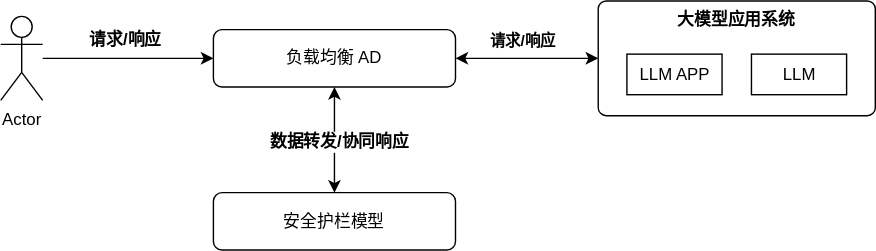
This is Model fence load balancing model reverse proxy docking.svg from skillre/diagrams_P, a draw.io export, as it was before one commit. Source tidied: cells renumbered, new cells last; positions are measured from the earlier drawing's top-left corner, leaving out a move shared by most shapes.
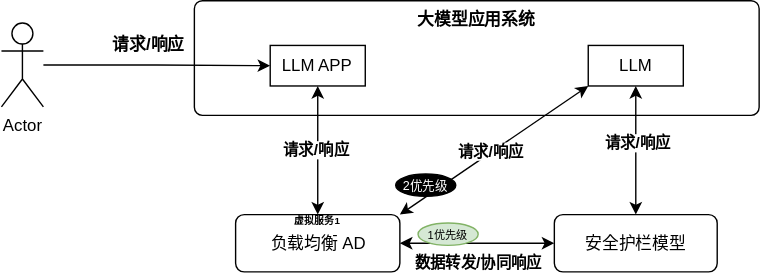
The same file after the commit.

Commit message:
对接架构逻辑修改

What changed in the source:
```diff
@@ -2,47 +2,68 @@
   <root>
     <mxCell id="0" />
     <mxCell id="1" parent="0" />
-    <mxCell id="2" style="edgeStyle=orthogonalEdgeStyle;rounded=0;jettySize=auto;html=1;entryX=0;entryY=0.5;entryDx=0;entryDy=0;" parent="1" edge="1" source="4" target="9">
-      <mxGeometry relative="1" as="geometry" />
-    </mxCell>
-    <mxCell id="3" value="&lt;b&gt;&lt;font style=&quot;font-size: 12px;&quot;&gt;请求/响应&lt;/font&gt;&lt;/b&gt;" style="edgeLabel;html=1;align=center;verticalAlign=middle;" parent="2" vertex="1">
-      <mxGeometry x="-0.2" relative="1" as="geometry">
-        <mxPoint x="9" y="-14" as="offset" />
-      </mxGeometry>
-    </mxCell>
     <mxCell id="4" value="Actor" style="shape=umlActor;verticalLabelPosition=bottom;verticalAlign=top;html=1;outlineConnect=0;" parent="1" vertex="1">
-      <mxGeometry y="11" width="30" height="60" as="geometry" />
+      <mxGeometry x="33" y="11" width="30" height="60" as="geometry" />
     </mxCell>
-    <mxCell id="5" style="edgeStyle=orthogonalEdgeStyle;rounded=0;jettySize=auto;html=1;entryX=0.5;entryY=0;entryDx=0;entryDy=0;startArrow=classic;startFill=1;" parent="1" edge="1" source="9" target="10">
+    <mxCell id="5" style="rounded=0;jettySize=auto;html=1;entryX=0;entryY=0.5;entryDx=0;entryDy=0;startArrow=classic;startFill=1;exitX=1;exitY=0.5;exitDx=0;exitDy=0;" parent="1" edge="1" source="9" target="10">
       <mxGeometry relative="1" as="geometry" />
     </mxCell>
-    <mxCell id="6" value="&lt;b&gt;&lt;font style=&quot;font-size: 12px;&quot;&gt;数据转发/协同响应&lt;/font&gt;&lt;/b&gt;" style="edgeLabel;html=1;align=center;verticalAlign=middle;" parent="5" vertex="1">
+    <mxCell id="6" value="&lt;b&gt;&lt;font&gt;数据转发/协同响应&lt;/font&gt;&lt;/b&gt;" style="edgeLabel;html=1;align=center;verticalAlign=middle;" parent="5" vertex="1">
       <mxGeometry x="-0.19" y="1" relative="1" as="geometry">
-        <mxPoint x="2" y="9" as="offset" />
+        <mxPoint x="11" y="15" as="offset" />
       </mxGeometry>
     </mxCell>
-    <mxCell id="7" style="edgeStyle=orthogonalEdgeStyle;rounded=0;jettySize=auto;html=1;entryX=0;entryY=0.5;entryDx=0;entryDy=0;startArrow=classic;startFill=1;" parent="1" edge="1" source="9" target="11">
-      <mxGeometry relative="1" as="geometry" />
-    </mxCell>
-    <mxCell id="8" value="&lt;b&gt;请求/响应&lt;/b&gt;" style="edgeLabel;html=1;align=center;verticalAlign=middle;" parent="7" vertex="1">
-      <mxGeometry x="-0.08" y="2" relative="1" as="geometry">
-        <mxPoint y="-11" as="offset" />
-      </mxGeometry>
-    </mxCell>
     <mxCell id="9" value="负载均衡 AD" style="rounded=1;whiteSpace=wrap;html=1;" parent="1" vertex="1">
-      <mxGeometry x="152" y="20.5" width="173" height="41" as="geometry" />
+      <mxGeometry x="200.5" y="148" width="117.5" height="41" as="geometry" />
     </mxCell>
     <mxCell id="10" value="安全护栏模型" style="rounded=1;whiteSpace=wrap;html=1;" parent="1" vertex="1">
-      <mxGeometry x="152" y="137" width="173" height="41" as="geometry" />
+      <mxGeometry x="428.5" y="148" width="116.5" height="41" as="geometry" />
     </mxCell>
     <mxCell id="11" value="大模型应用系统" style="rounded=1;whiteSpace=wrap;html=1;verticalAlign=top;fontStyle=1;arcSize=7;" parent="1" vertex="1">
-      <mxGeometry x="427" width="198" height="82" as="geometry" />
+      <mxGeometry x="171" y="-5" width="404" height="82" as="geometry" />
     </mxCell>
     <mxCell id="12" value="LLM APP" style="whiteSpace=wrap;html=1;" parent="11" vertex="1">
-      <mxGeometry x="20.5" y="38" width="68" height="29" as="geometry" />
+      <mxGeometry x="54.2" y="32" width="68" height="29" as="geometry" />
     </mxCell>
     <mxCell id="13" value="LLM" style="whiteSpace=wrap;html=1;" parent="11" vertex="1">
-      <mxGeometry x="109.5" y="38" width="68" height="29" as="geometry" />
+      <mxGeometry x="281.8" y="32" width="68" height="29" as="geometry" />
     </mxCell>
+    <mxCell id="7" style="rounded=0;jettySize=auto;html=1;entryX=0.5;entryY=1;entryDx=0;entryDy=0;startArrow=classic;startFill=1;" parent="1" edge="1" source="9" target="12">
+      <mxGeometry relative="1" as="geometry" />
+    </mxCell>
+    <mxCell id="8" value="&lt;b&gt;请求/响应&lt;/b&gt;" style="edgeLabel;html=1;align=center;verticalAlign=middle;" parent="7" vertex="1">
+      <mxGeometry x="-0.08" y="2" relative="1" as="geometry">
+        <mxPoint y="-4" as="offset" />
+      </mxGeometry>
+    </mxCell>
+    <mxCell id="2" style="edgeStyle=orthogonalEdgeStyle;rounded=0;jettySize=auto;html=1;entryX=0;entryY=0.5;entryDx=0;entryDy=0;" parent="1" edge="1" source="4" target="12">
+      <mxGeometry relative="1" as="geometry" />
+    </mxCell>
+    <mxCell id="3" value="&lt;b&gt;&lt;font style=&quot;font-size: 12px;&quot;&gt;请求/响应&lt;/font&gt;&lt;/b&gt;" style="edgeLabel;html=1;align=center;verticalAlign=middle;" parent="2" vertex="1">
+      <mxGeometry x="-0.2" relative="1" as="geometry">
+        <mxPoint x="9" y="-14" as="offset" />
+      </mxGeometry>
+    </mxCell>
+    <mxCell id="14" style="edgeStyle=orthogonalEdgeStyle;rounded=0;jettySize=auto;html=1;entryX=0.5;entryY=1;entryDx=0;entryDy=0;startArrow=classic;startFill=1;" parent="1" edge="1" source="10" target="13">
+      <mxGeometry relative="1" as="geometry" />
+    </mxCell>
+    <mxCell id="15" value="&lt;b&gt;请求/响应&lt;/b&gt;" style="edgeLabel;html=1;align=center;verticalAlign=middle;" parent="14" vertex="1">
+      <mxGeometry x="0.1" y="-1" relative="1" as="geometry" />
+    </mxCell>
+    <mxCell id="16" style="rounded=0;jettySize=auto;html=1;exitX=1;exitY=0;exitDx=0;exitDy=0;entryX=0;entryY=1;entryDx=0;entryDy=0;startArrow=classic;startFill=1;" parent="1" edge="1" source="9" target="13">
+      <mxGeometry relative="1" as="geometry" />
+    </mxCell>
+    <mxCell id="17" value="&lt;b&gt;请求/响应&lt;/b&gt;" style="edgeLabel;html=1;align=center;verticalAlign=middle;" parent="16" vertex="1">
+      <mxGeometry x="-0.03" y="1" relative="1" as="geometry" />
+    </mxCell>
+    <mxCell id="18" value="&lt;font style=&quot;font-size: 8px;&quot;&gt;1优先级&lt;/font&gt;" style="ellipse;whiteSpace=wrap;html=1;fillColor=#d5e8d4;strokeColor=#82b366;" parent="1" vertex="1">
+      <mxGeometry x="331" y="154" width="43" height="16" as="geometry" />
+    </mxCell>
+    <mxCell id="19" value="&lt;span style=&quot;font-size: 9px;&quot;&gt;2优先级&lt;/span&gt;" style="ellipse;whiteSpace=wrap;html=1;fillColor=#000000;fontColor=#FFFFFF;" parent="1" vertex="1">
+      <mxGeometry x="315" y="119" width="43" height="16" as="geometry" />
+    </mxCell>
+    <mxCell id="20" value="虚拟服务1" style="text;strokeColor=none;fillColor=none;align=center;verticalAlign=middle;rounded=0;fontSize=7;fontStyle=1;spacing=0;spacingTop=1;" parent="1" vertex="1">
+      <mxGeometry x="240.8" y="146" width="37.2" height="12" as="geometry" />
+    </mxCell>
   </root>
 </mxGraphModel>
```
